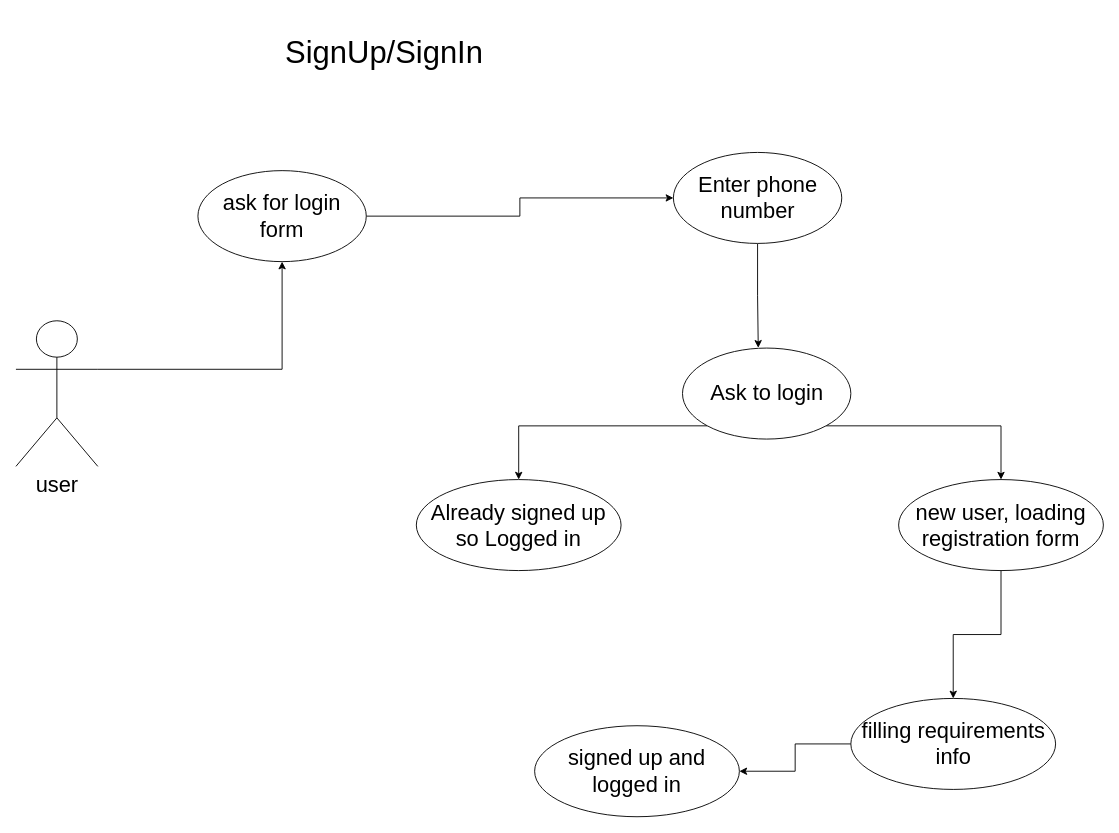
kargaranamir/Travelink keeps this draw.io diagram as Use-case/use-case.drawio. Above is the earlier version. Source tidied: cells renumbered, new cells numbered last; positions are measured from the earlier drawing's top-left corner, leaving out a move shared by most shapes. Both pictures are drawn from the tidied source at 91%, with x=0, y=0 at pixel (15, 43).
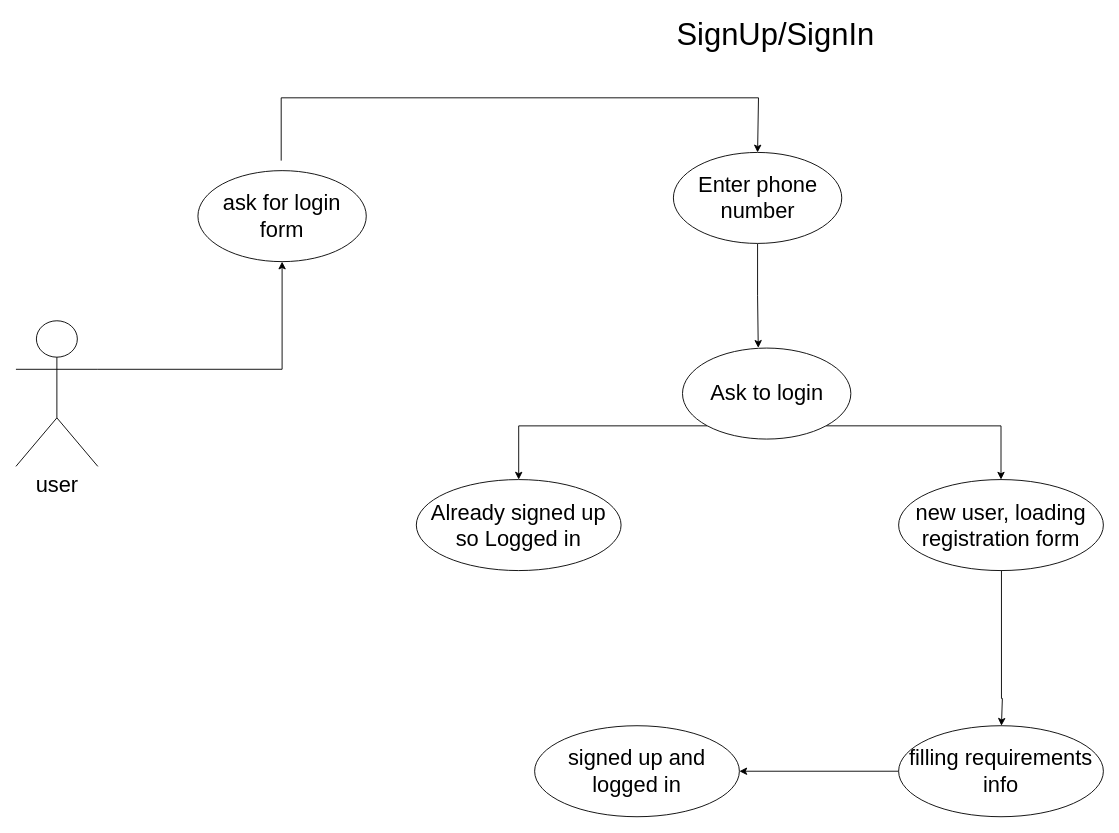
The same page after the edit.

The change refers to these unchanged cells:
```xml
<mxCell id="6" value="ask for login form" style="ellipse;whiteSpace=wrap;html=1;fontSize=24;" parent="1" vertex="1">
  <mxGeometry x="200" y="140" width="185" height="100" as="geometry" />
</mxCell>
<mxCell id="8" value="Enter phone number" style="ellipse;whiteSpace=wrap;html=1;fontSize=24;" parent="1" vertex="1">
  <mxGeometry x="722.5" y="120" width="185" height="100" as="geometry" />
</mxCell>
<mxCell id="14" value="new user, loading&lt;br&gt;registration form&lt;br&gt;" style="ellipse;whiteSpace=wrap;html=1;fontSize=24;" parent="1" vertex="1">
  <mxGeometry x="970" y="479.5" width="225" height="100" as="geometry" />
</mxCell>
```

What changed in the source:
```diff
@@
     <mxCell id="4" value="&lt;font style=&quot;font-size: 34px&quot;&gt;SignUp/SignIn&lt;/font&gt;" style="text;html=1;strokeColor=none;fillColor=none;align=center;verticalAlign=middle;whiteSpace=wrap;rounded=0;" parent="1" vertex="1">
-      <mxGeometry x="385" width="40" height="20" as="geometry" />
+      <mxGeometry x="815" y="-20" width="40" height="20" as="geometry" />
     </mxCell>
-    <mxCell id="5" style="edgeStyle=orthogonalEdgeStyle;rounded=0;jettySize=auto;html=1;exitX=1;exitY=0.5;exitDx=0;exitDy=0;entryX=0;entryY=0.5;entryDx=0;entryDy=0;fontSize=24;fontColor=#000000;" parent="1" edge="1" source="6" target="8">
-      <mxGeometry relative="1" as="geometry" />
+    <mxCell id="5" style="edgeStyle=orthogonalEdgeStyle;rounded=0;jettySize=auto;html=1;exitX=1;exitY=0.5;exitDx=0;exitDy=0;entryX=0.5;entryY=0;entryDx=0;entryDy=0;fontSize=24;fontColor=#000000;" parent="1" edge="1" target="8">
+      <mxGeometry relative="1" as="geometry">
+        <mxPoint x="291.5" y="129" as="sourcePoint" />
+        <Array as="points">
+          <mxPoint x="292" y="60" />
+          <mxPoint x="816" y="60" />
+        </Array>
+      </mxGeometry>
     </mxCell>
@@
-    <mxCell id="13" style="edgeStyle=orthogonalEdgeStyle;rounded=0;jettySize=auto;html=1;exitX=0.5;exitY=1;exitDx=0;exitDy=0;entryX=0.5;entryY=0;entryDx=0;entryDy=0;fontSize=24;fontColor=#000000;" parent="1" edge="1" source="14" target="16">
-      <mxGeometry relative="1" as="geometry" />
+    <mxCell id="13" style="edgeStyle=orthogonalEdgeStyle;rounded=0;orthogonalLoop=1;jettySize=auto;html=1;exitX=0.5;exitY=1;exitDx=0;exitDy=0;entryX=0.5;entryY=0;entryDx=0;entryDy=0;fontSize=24;fontColor=#000000;" parent="1" edge="1">
+      <mxGeometry relative="1" as="geometry">
+        <mxPoint x="1083" y="580" as="sourcePoint" />
+        <mxPoint x="1083" y="750" as="targetPoint" />
+        <Array as="points">
+          <mxPoint x="1084" y="720" />
+        </Array>
+      </mxGeometry>
     </mxCell>
@@
     <mxCell id="16" value="filling requirements info&lt;br&gt;" style="ellipse;whiteSpace=wrap;html=1;fontSize=24;" parent="1" vertex="1">
-      <mxGeometry x="917.5" y="720" width="225" height="100" as="geometry" />
+      <mxGeometry x="970" y="750" width="225" height="100" as="geometry" />
     </mxCell>
```
